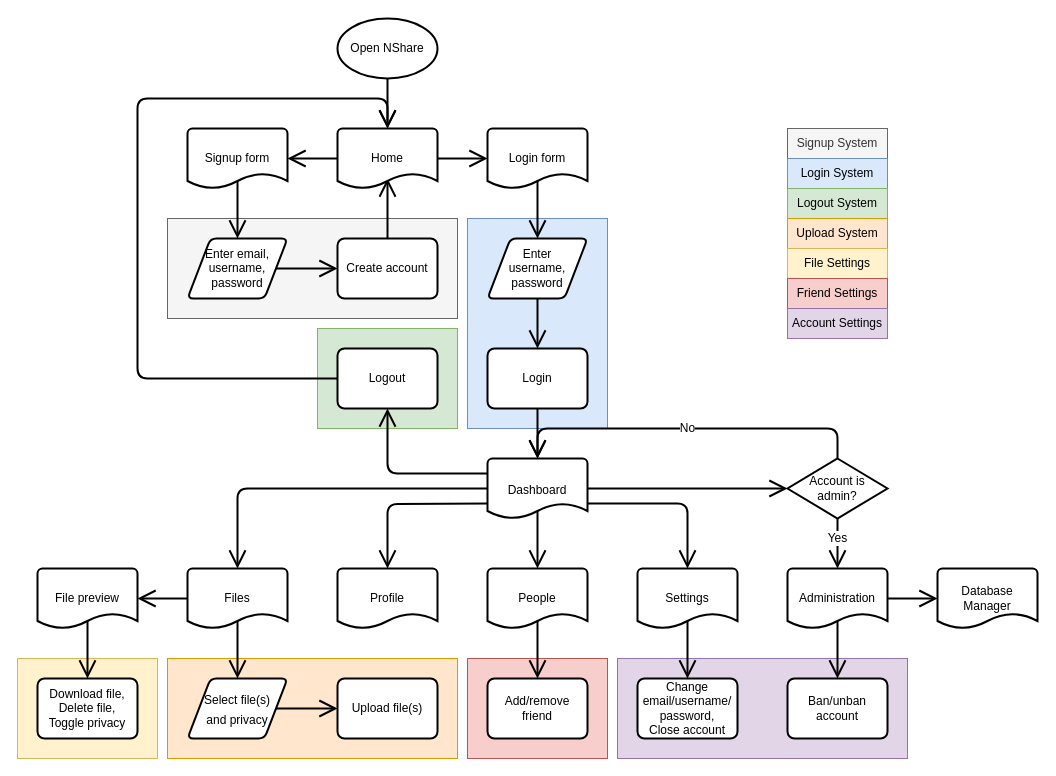
Before: doc/flowchart.drawio in nozzato/nshare, a draw.io diagram. Source tidied: cells renumbered, new cells numbered last; positions are measured from the earlier drawing's top-left corner, leaving out a move shared by most shapes. Both pictures are drawn from the tidied source at 100%, with x=0, y=0 at pixel (17, 18).
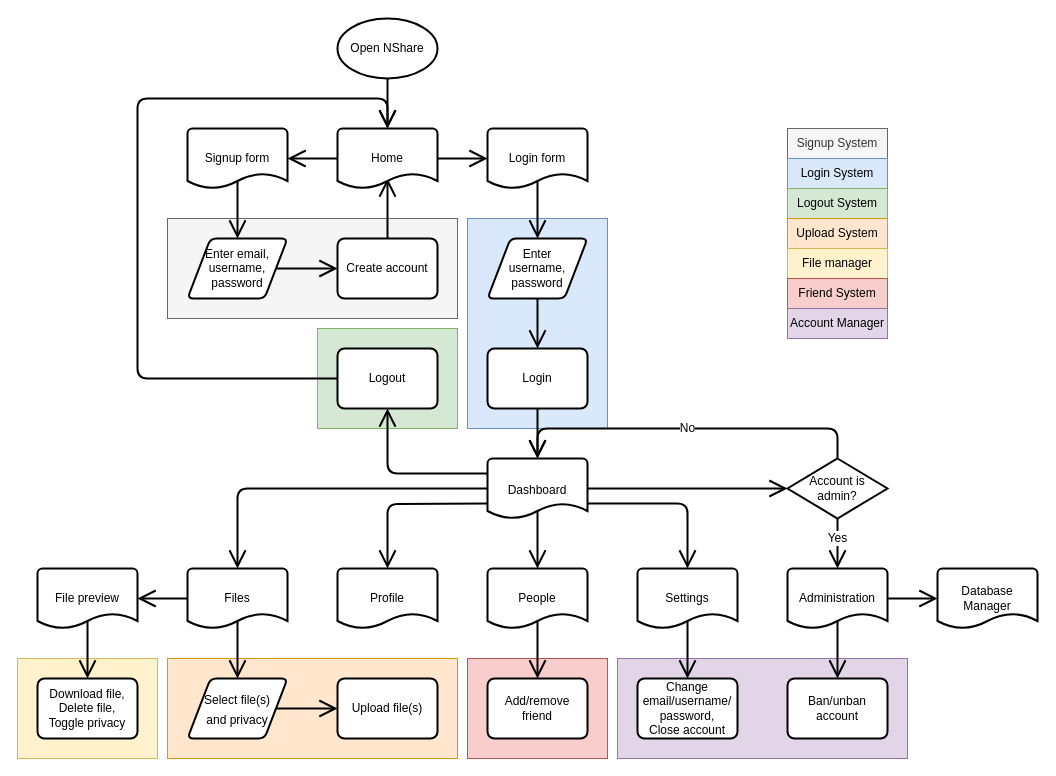
The same page after the edit.

The edit, as a diff of the source:
```diff
@@
-    <mxCell id="63" value="File Settings" style="text;strokeColor=#d6b656;align=center;fillColor=#fff2cc;html=1;verticalAlign=middle;whiteSpace=wrap;rounded=0;" parent="1" vertex="1">
+    <mxCell id="63" value="File manager" style="text;strokeColor=#d6b656;align=center;fillColor=#fff2cc;html=1;verticalAlign=middle;whiteSpace=wrap;rounded=0;" parent="1" vertex="1">
       <mxGeometry x="770" y="230" width="100" height="30" as="geometry" />
     </mxCell>
-    <mxCell id="64" value="Friend Settings" style="text;strokeColor=#b85450;align=center;fillColor=#f8cecc;html=1;verticalAlign=middle;whiteSpace=wrap;rounded=0;" parent="1" vertex="1">
+    <mxCell id="64" value="Friend System" style="text;strokeColor=#b85450;align=center;fillColor=#f8cecc;html=1;verticalAlign=middle;whiteSpace=wrap;rounded=0;" parent="1" vertex="1">
       <mxGeometry x="770" y="260" width="100" height="30" as="geometry" />
     </mxCell>
-    <mxCell id="65" value="Account Settings" style="text;strokeColor=#9673a6;align=center;fillColor=#e1d5e7;html=1;verticalAlign=middle;whiteSpace=wrap;rounded=0;" parent="1" vertex="1">
+    <mxCell id="65" value="Account Manager" style="text;strokeColor=#9673a6;align=center;fillColor=#e1d5e7;html=1;verticalAlign=middle;whiteSpace=wrap;rounded=0;" parent="1" vertex="1">
       <mxGeometry x="770" y="290" width="100" height="30" as="geometry" />
     </mxCell>
```
